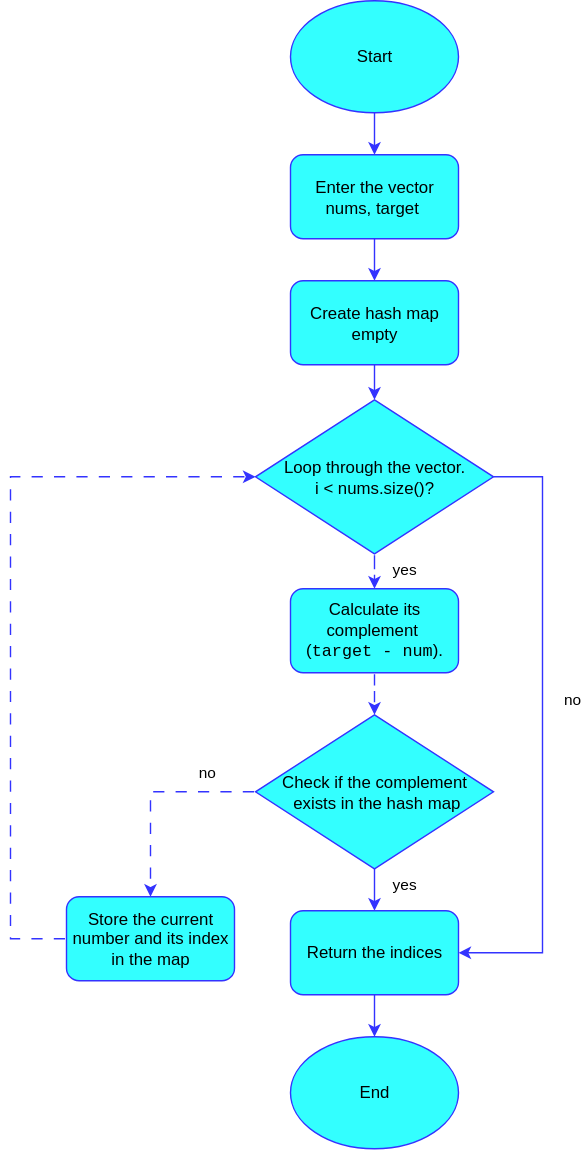
Earlier version of the draw.io export leetcode/document/1.Two_Sum/two_sum.svg (BaKhai24/C-plus-plus). Source tidied: cells renumbered, new cells last; positions are measured from the earlier drawing's top-left corner, leaving out a move shared by most shapes. Source of this version:
```xml
<mxGraphModel>
  <root>
    <mxCell id="0" />
    <mxCell id="1" parent="0" />
    <mxCell id="2" style="edgeStyle=orthogonalEdgeStyle;rounded=0;jettySize=auto;html=1;strokeColor=#3333FF;fillColor=#33FFFF;" parent="1" edge="1" source="3" target="16">
      <mxGeometry relative="1" as="geometry" />
    </mxCell>
    <mxCell id="3" value="Start" style="ellipse;whiteSpace=wrap;html=1;strokeColor=#3333FF;fillColor=#33FFFF;" parent="1" vertex="1">
      <mxGeometry x="200" width="120" height="80" as="geometry" />
    </mxCell>
    <mxCell id="4" style="edgeStyle=orthogonalEdgeStyle;rounded=0;jettySize=auto;html=1;strokeColor=#3333FF;fillColor=#33FFFF;flowAnimation=1;" parent="1" edge="1" source="5" target="10">
      <mxGeometry relative="1" as="geometry" />
    </mxCell>
    <mxCell id="5" value="Calculate its complement&amp;nbsp;&lt;div&gt;(&lt;code&gt;target - num&lt;/code&gt;).&lt;/div&gt;" style="rounded=1;whiteSpace=wrap;html=1;strokeColor=#3333FF;fillColor=#33FFFF;" parent="1" vertex="1">
      <mxGeometry x="200" y="420" width="120" height="60" as="geometry" />
    </mxCell>
    <mxCell id="6" style="edgeStyle=orthogonalEdgeStyle;rounded=0;jettySize=auto;html=1;entryX=0.5;entryY=0;entryDx=0;entryDy=0;strokeColor=#3333FF;fillColor=#33FFFF;" parent="1" edge="1" source="10" target="12">
      <mxGeometry relative="1" as="geometry" />
    </mxCell>
    <mxCell id="7" value="yes" style="edgeLabel;html=1;align=center;verticalAlign=middle;strokeColor=#3333FF;fillColor=#33FFFF;" parent="6" vertex="1">
      <mxGeometry x="-0.02" relative="1" as="geometry">
        <mxPoint x="20" y="-5" as="offset" />
      </mxGeometry>
    </mxCell>
    <mxCell id="8" style="edgeStyle=orthogonalEdgeStyle;rounded=0;jettySize=auto;html=1;exitX=0;exitY=0.5;exitDx=0;exitDy=0;strokeColor=#3333FF;fillColor=#33FFFF;flowAnimation=1;" parent="1" edge="1" source="10" target="14">
      <mxGeometry relative="1" as="geometry" />
    </mxCell>
    <mxCell id="9" value="no" style="edgeLabel;html=1;align=center;verticalAlign=middle;strokeColor=#3333FF;fillColor=#33FFFF;" parent="8" vertex="1">
      <mxGeometry x="-0.53" y="2" relative="1" as="geometry">
        <mxPoint y="-17" as="offset" />
      </mxGeometry>
    </mxCell>
    <mxCell id="10" value="Check if the complement&lt;div&gt;&amp;nbsp;exists in the hash map&lt;/div&gt;" style="rhombus;whiteSpace=wrap;html=1;strokeColor=#3333FF;fillColor=#33FFFF;" parent="1" vertex="1">
      <mxGeometry x="175" y="510" width="170" height="110" as="geometry" />
    </mxCell>
    <mxCell id="11" style="edgeStyle=orthogonalEdgeStyle;rounded=0;jettySize=auto;html=1;strokeColor=#3333FF;fillColor=#33FFFF;" parent="1" edge="1" source="12" target="15">
      <mxGeometry relative="1" as="geometry" />
    </mxCell>
    <mxCell id="12" value="Return the indices" style="rounded=1;whiteSpace=wrap;html=1;strokeColor=#3333FF;fillColor=#33FFFF;" parent="1" vertex="1">
      <mxGeometry x="200" y="650" width="120" height="60" as="geometry" />
    </mxCell>
    <mxCell id="13" style="edgeStyle=orthogonalEdgeStyle;rounded=0;jettySize=auto;html=1;entryX=0;entryY=0.5;entryDx=0;entryDy=0;strokeColor=#3333FF;fillColor=#33FFFF;flowAnimation=1;" parent="1" edge="1" source="14" target="21">
      <mxGeometry relative="1" as="geometry">
        <Array as="points">
          <mxPoint y="670" />
          <mxPoint y="340" />
        </Array>
      </mxGeometry>
    </mxCell>
    <mxCell id="14" value="Store the current number and its index in the map" style="rounded=1;whiteSpace=wrap;html=1;strokeColor=#3333FF;fillColor=#33FFFF;" parent="1" vertex="1">
      <mxGeometry x="40" y="640" width="120" height="60" as="geometry" />
    </mxCell>
    <mxCell id="15" value="End" style="ellipse;whiteSpace=wrap;html=1;strokeColor=#3333FF;fillColor=#33FFFF;" parent="1" vertex="1">
      <mxGeometry x="200" y="740" width="120" height="80" as="geometry" />
    </mxCell>
    <mxCell id="16" value="Enter the vector nums, target&amp;nbsp;" style="rounded=1;whiteSpace=wrap;html=1;strokeColor=#3333FF;fillColor=#33FFFF;" parent="1" vertex="1">
      <mxGeometry x="200" y="110" width="120" height="60" as="geometry" />
    </mxCell>
    <mxCell id="17" style="edgeStyle=orthogonalEdgeStyle;rounded=0;jettySize=auto;html=1;strokeColor=#3333FF;fillColor=#33FFFF;" parent="1" edge="1" source="18" target="21">
      <mxGeometry relative="1" as="geometry" />
    </mxCell>
    <mxCell id="18" value="Create hash map empty" style="rounded=1;whiteSpace=wrap;html=1;strokeColor=#3333FF;fillColor=#33FFFF;" parent="1" vertex="1">
      <mxGeometry x="200" y="200" width="120" height="60" as="geometry" />
    </mxCell>
    <mxCell id="19" style="edgeStyle=orthogonalEdgeStyle;rounded=0;jettySize=auto;html=1;entryX=1;entryY=0.5;entryDx=0;entryDy=0;strokeColor=#3333FF;fillColor=#33FFFF;flowAnimation=0;" parent="1" edge="1" source="21" target="12">
      <mxGeometry relative="1" as="geometry">
        <Array as="points">
          <mxPoint x="380" y="340" />
          <mxPoint x="380" y="680" />
        </Array>
      </mxGeometry>
    </mxCell>
    <mxCell id="20" value="no" style="edgeLabel;html=1;align=center;verticalAlign=middle;" parent="19" vertex="1">
      <mxGeometry x="-0.11" y="1" relative="1" as="geometry">
        <mxPoint x="19" as="offset" />
      </mxGeometry>
    </mxCell>
    <mxCell id="21" value="Loop through the vector.&lt;div&gt;i &amp;lt; nums.size()?&lt;/div&gt;" style="rhombus;whiteSpace=wrap;html=1;strokeColor=#3333FF;fillColor=#33FFFF;" parent="1" vertex="1">
      <mxGeometry x="175" y="285" width="170" height="110" as="geometry" />
    </mxCell>
    <mxCell id="22" style="edgeStyle=orthogonalEdgeStyle;rounded=0;jettySize=auto;html=1;entryX=0.5;entryY=0;entryDx=0;entryDy=0;strokeColor=#3333FF;fillColor=#33FFFF;flowAnimation=1;" parent="1" edge="1" source="21" target="5">
      <mxGeometry relative="1" as="geometry" />
    </mxCell>
    <mxCell id="23" value="yes" style="edgeLabel;html=1;align=center;verticalAlign=middle;strokeColor=#3333FF;fillColor=#33FFFF;" parent="22" vertex="1">
      <mxGeometry x="0.07" y="-1" relative="1" as="geometry">
        <mxPoint x="19" as="offset" />
      </mxGeometry>
    </mxCell>
    <mxCell id="24" style="edgeStyle=orthogonalEdgeStyle;rounded=0;jettySize=auto;html=1;entryX=0.5;entryY=0;entryDx=0;entryDy=0;strokeColor=#3333FF;fillColor=#33FFFF;" parent="1" edge="1" source="16" target="18">
      <mxGeometry relative="1" as="geometry" />
    </mxCell>
  </root>
</mxGraphModel>
```
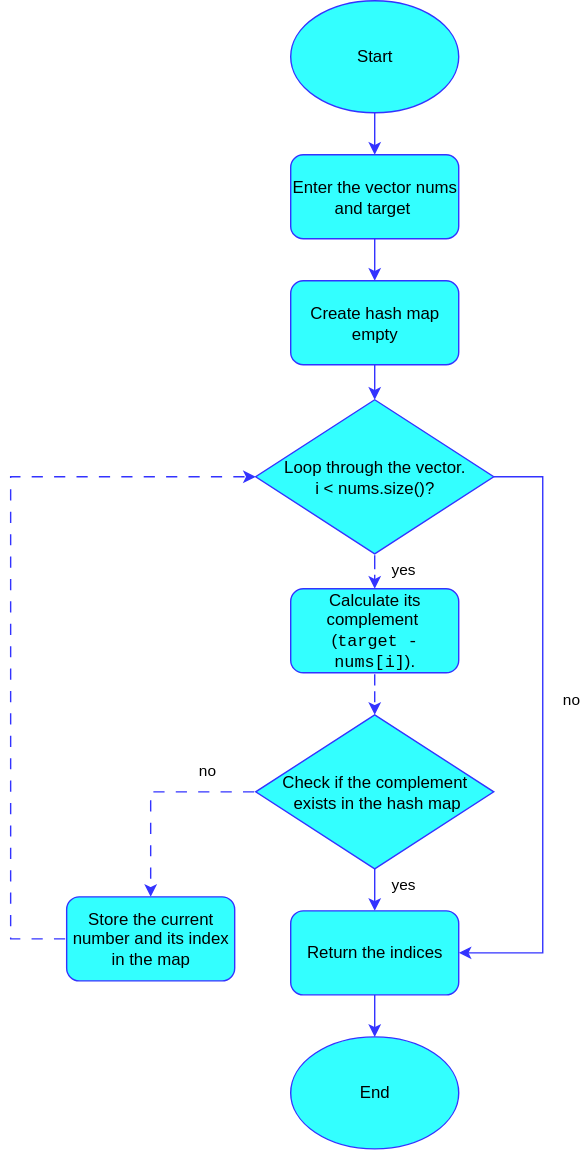
The same diagram one commit later.

Diff of the diagram source:
```diff
@@ -11,7 +11,7 @@
     <mxCell id="4" style="edgeStyle=orthogonalEdgeStyle;rounded=0;jettySize=auto;html=1;strokeColor=#3333FF;fillColor=#33FFFF;flowAnimation=1;" parent="1" edge="1" source="5" target="10">
       <mxGeometry relative="1" as="geometry" />
     </mxCell>
-    <mxCell id="5" value="Calculate its complement&amp;nbsp;&lt;div&gt;(&lt;code&gt;target - num&lt;/code&gt;).&lt;/div&gt;" style="rounded=1;whiteSpace=wrap;html=1;strokeColor=#3333FF;fillColor=#33FFFF;" parent="1" vertex="1">
+    <mxCell id="5" value="Calculate its complement&amp;nbsp;&lt;div&gt;(&lt;code&gt;target - nums[i]&lt;/code&gt;).&lt;/div&gt;" style="rounded=1;whiteSpace=wrap;html=1;strokeColor=#3333FF;fillColor=#33FFFF;" parent="1" vertex="1">
       <mxGeometry x="200" y="420" width="120" height="60" as="geometry" />
     </mxCell>
     <mxCell id="6" style="edgeStyle=orthogonalEdgeStyle;rounded=0;jettySize=auto;html=1;entryX=0.5;entryY=0;entryDx=0;entryDy=0;strokeColor=#3333FF;fillColor=#33FFFF;" parent="1" edge="1" source="10" target="12">
@@ -53,7 +53,7 @@
     <mxCell id="15" value="End" style="ellipse;whiteSpace=wrap;html=1;strokeColor=#3333FF;fillColor=#33FFFF;" parent="1" vertex="1">
       <mxGeometry x="200" y="740" width="120" height="80" as="geometry" />
     </mxCell>
-    <mxCell id="16" value="Enter the vector nums, target&amp;nbsp;" style="rounded=1;whiteSpace=wrap;html=1;strokeColor=#3333FF;fillColor=#33FFFF;" parent="1" vertex="1">
+    <mxCell id="16" value="Enter the vector nums and target&amp;nbsp;" style="rounded=1;whiteSpace=wrap;html=1;strokeColor=#3333FF;fillColor=#33FFFF;" parent="1" vertex="1">
       <mxGeometry x="200" y="110" width="120" height="60" as="geometry" />
     </mxCell>
     <mxCell id="17" style="edgeStyle=orthogonalEdgeStyle;rounded=0;jettySize=auto;html=1;strokeColor=#3333FF;fillColor=#33FFFF;" parent="1" edge="1" source="18" target="21">
```
